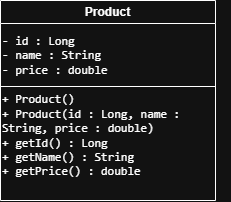
Before: docs/uml/Product.png, a diagram exported from draw.io (merinakurukulasuriya/OOP-TUT). Source tidied: cells renumbered, new cells last; positions are measured from the earlier drawing's top-left corner, leaving out a move shared by most shapes. Its diagram source:
```xml
<mxGraphModel>
  <root>
    <mxCell id="0" />
    <mxCell id="1" parent="0" />
    <mxCell id="2" value="Product" style="swimlane;whiteSpace=wrap;html=1;" parent="1" vertex="1">
      <mxGeometry width="215" height="200" as="geometry" />
    </mxCell>
    <mxCell id="3" value="&lt;span class=&quot;markedContent&quot; id=&quot;p67R_mc8&quot;&gt;&lt;span style=&quot;left: calc(var(--scale-factor)*72.53px); top: calc(var(--scale-factor)*108.67px); font-size: calc(var(--scale-factor)*8.50px); font-family: monospace;&quot; role=&quot;presentation&quot; dir=&quot;ltr&quot;&gt;-&lt;/span&gt;&lt;span style=&quot;left: calc(var(--scale-factor)*77.63px); top: calc(var(--scale-factor)*108.67px); font-size: calc(var(--scale-factor)*8.50px); font-family: monospace;&quot; role=&quot;presentation&quot; dir=&quot;ltr&quot;&gt; &lt;/span&gt;&lt;span style=&quot;left: calc(var(--scale-factor)*82.78px); top: calc(var(--scale-factor)*108.67px); font-size: calc(var(--scale-factor)*8.50px); font-family: monospace; transform: scaleX(1.08193);&quot; role=&quot;presentation&quot; dir=&quot;ltr&quot;&gt;id&lt;/span&gt;&lt;span style=&quot;left: calc(var(--scale-factor)*92.87px); top: calc(var(--scale-factor)*108.67px); font-size: calc(var(--scale-factor)*8.50px); font-family: monospace;&quot; role=&quot;presentation&quot; dir=&quot;ltr&quot;&gt; &lt;/span&gt;&lt;span style=&quot;left: calc(var(--scale-factor)*98.02px); top: calc(var(--scale-factor)*108.67px); font-size: calc(var(--scale-factor)*8.50px); font-family: monospace;&quot; role=&quot;presentation&quot; dir=&quot;ltr&quot;&gt;:&lt;/span&gt;&lt;span style=&quot;left: calc(var(--scale-factor)*103.12px); top: calc(var(--scale-factor)*108.67px); font-size: calc(var(--scale-factor)*8.50px); font-family: monospace;&quot; role=&quot;presentation&quot; dir=&quot;ltr&quot;&gt; &lt;/span&gt;&lt;span style=&quot;left: calc(var(--scale-factor)*108.26px); top: calc(var(--scale-factor)*108.67px); font-size: calc(var(--scale-factor)*8.50px); font-family: monospace; transform: scaleX(1.08967);&quot; role=&quot;presentation&quot; dir=&quot;ltr&quot;&gt;Long&lt;/span&gt;&lt;/span&gt;&lt;span class=&quot;markedContent&quot; id=&quot;p67R_mc9&quot;&gt;&lt;/span&gt;&lt;span class=&quot;markedContent&quot; id=&quot;p67R_mc10&quot;&gt;&lt;br role=&quot;presentation&quot;&gt;&lt;span style=&quot;left: calc(var(--scale-factor)*72.53px); top: calc(var(--scale-factor)*118.42px); font-size: calc(var(--scale-factor)*8.50px); font-family: monospace;&quot; role=&quot;presentation&quot; dir=&quot;ltr&quot;&gt;-&lt;/span&gt;&lt;span style=&quot;left: calc(var(--scale-factor)*77.63px); top: calc(var(--scale-factor)*118.42px); font-size: calc(var(--scale-factor)*8.50px); font-family: monospace;&quot; role=&quot;presentation&quot; dir=&quot;ltr&quot;&gt; &lt;/span&gt;&lt;span style=&quot;left: calc(var(--scale-factor)*82.78px); top: calc(var(--scale-factor)*118.42px); font-size: calc(var(--scale-factor)*8.50px); font-family: monospace; transform: scaleX(1.08967);&quot; role=&quot;presentation&quot; dir=&quot;ltr&quot;&gt;name&lt;/span&gt;&lt;span style=&quot;left: calc(var(--scale-factor)*103.12px); top: calc(var(--scale-factor)*118.42px); font-size: calc(var(--scale-factor)*8.50px); font-family: monospace;&quot; role=&quot;presentation&quot; dir=&quot;ltr&quot;&gt; &lt;/span&gt;&lt;span style=&quot;left: calc(var(--scale-factor)*108.26px); top: calc(var(--scale-factor)*118.42px); font-size: calc(var(--scale-factor)*8.50px); font-family: monospace;&quot; role=&quot;presentation&quot; dir=&quot;ltr&quot;&gt;:&lt;/span&gt;&lt;span style=&quot;left: calc(var(--scale-factor)*113.36px); top: calc(var(--scale-factor)*118.42px); font-size: calc(var(--scale-factor)*8.50px); font-family: monospace;&quot; role=&quot;presentation&quot; dir=&quot;ltr&quot;&gt; &lt;/span&gt;&lt;span style=&quot;left: calc(var(--scale-factor)*118.50px); top: calc(var(--scale-factor)*118.42px); font-size: calc(var(--scale-factor)*8.50px); font-family: monospace; transform: scaleX(1.09225);&quot; role=&quot;presentation&quot; dir=&quot;ltr&quot;&gt;String&lt;/span&gt;&lt;/span&gt;&lt;span class=&quot;markedContent&quot; id=&quot;p67R_mc11&quot;&gt;&lt;/span&gt;&lt;span class=&quot;markedContent&quot; id=&quot;p67R_mc12&quot;&gt;&lt;br role=&quot;presentation&quot;&gt;&lt;span style=&quot;left: calc(var(--scale-factor)*72.53px); top: calc(var(--scale-factor)*127.94px); font-size: calc(var(--scale-factor)*8.50px); font-family: monospace;&quot; role=&quot;presentation&quot; dir=&quot;ltr&quot;&gt;-&lt;/span&gt;&lt;span style=&quot;left: calc(var(--scale-factor)*77.63px); top: calc(var(--scale-factor)*127.94px); font-size: calc(var(--scale-factor)*8.50px); font-family: monospace;&quot; role=&quot;presentation&quot; dir=&quot;ltr&quot;&gt; &lt;/span&gt;&lt;span style=&quot;left: calc(var(--scale-factor)*82.78px); top: calc(var(--scale-factor)*127.94px); font-size: calc(var(--scale-factor)*8.50px); font-family: monospace; transform: scaleX(1.08921);&quot; role=&quot;presentation&quot; dir=&quot;ltr&quot;&gt;price :&lt;/span&gt;&lt;span style=&quot;left: calc(var(--scale-factor)*118.36px); top: calc(var(--scale-factor)*127.94px); font-size: calc(var(--scale-factor)*8.50px); font-family: monospace;&quot; role=&quot;presentation&quot; dir=&quot;ltr&quot;&gt; &lt;/span&gt;&lt;span style=&quot;left: calc(var(--scale-factor)*123.50px); top: calc(var(--scale-factor)*127.94px); font-size: calc(var(--scale-factor)*8.50px); font-family: monospace; transform: scaleX(1.09225);&quot; role=&quot;presentation&quot; dir=&quot;ltr&quot;&gt;double&lt;/span&gt;&lt;/span&gt;" style="text;html=1;whiteSpace=wrap;strokeColor=none;fillColor=none;align=left;verticalAlign=middle;rounded=0;" parent="2" vertex="1">
      <mxGeometry y="40" width="200" height="30" as="geometry" />
    </mxCell>
    <mxCell id="4" value="&lt;span class=&quot;markedContent&quot; id=&quot;p67R_mc14&quot;&gt;&lt;span style=&quot;left: calc(var(--scale-factor)*72.53px); top: calc(var(--scale-factor)*137.69px); font-size: calc(var(--scale-factor)*8.50px); font-family: monospace;&quot; role=&quot;presentation&quot; dir=&quot;ltr&quot;&gt;+&lt;/span&gt;&lt;span style=&quot;left: calc(var(--scale-factor)*77.63px); top: calc(var(--scale-factor)*137.69px); font-size: calc(var(--scale-factor)*8.50px); font-family: monospace;&quot; role=&quot;presentation&quot; dir=&quot;ltr&quot;&gt; &lt;/span&gt;&lt;span style=&quot;left: calc(var(--scale-factor)*82.77px); top: calc(var(--scale-factor)*137.69px); font-size: calc(var(--scale-factor)*8.50px); font-family: monospace; transform: scaleX(1.09104);&quot; role=&quot;presentation&quot; dir=&quot;ltr&quot;&gt;Product()&lt;/span&gt;&lt;/span&gt;&lt;span class=&quot;markedContent&quot; id=&quot;p67R_mc15&quot;&gt;&lt;/span&gt;&lt;span class=&quot;markedContent&quot; id=&quot;p67R_mc16&quot;&gt;&lt;br role=&quot;presentation&quot;&gt;&lt;span style=&quot;left: calc(var(--scale-factor)*72.53px); top: calc(var(--scale-factor)*147.19px); font-size: calc(var(--scale-factor)*8.50px); font-family: monospace;&quot; role=&quot;presentation&quot; dir=&quot;ltr&quot;&gt;+&lt;/span&gt;&lt;span style=&quot;left: calc(var(--scale-factor)*77.63px); top: calc(var(--scale-factor)*147.19px); font-size: calc(var(--scale-factor)*8.50px); font-family: monospace;&quot; role=&quot;presentation&quot; dir=&quot;ltr&quot;&gt; &lt;/span&gt;&lt;span style=&quot;left: calc(var(--scale-factor)*82.77px); top: calc(var(--scale-factor)*147.19px); font-size: calc(var(--scale-factor)*8.50px); font-family: monospace; transform: scaleX(1.09043);&quot; role=&quot;presentation&quot; dir=&quot;ltr&quot;&gt;Product(id :&lt;/span&gt;&lt;span style=&quot;left: calc(var(--scale-factor)*143.83px); top: calc(var(--scale-factor)*147.19px); font-size: calc(var(--scale-factor)*8.50px); font-family: monospace;&quot; role=&quot;presentation&quot; dir=&quot;ltr&quot;&gt; &lt;/span&gt;&lt;span style=&quot;left: calc(var(--scale-factor)*148.97px); top: calc(var(--scale-factor)*147.19px); font-size: calc(var(--scale-factor)*8.50px); font-family: monospace; transform: scaleX(1.0965);&quot; role=&quot;presentation&quot; dir=&quot;ltr&quot;&gt;Long,&lt;/span&gt;&lt;span style=&quot;left: calc(var(--scale-factor)*174.56px); top: calc(var(--scale-factor)*147.19px); font-size: calc(var(--scale-factor)*8.50px); font-family: monospace;&quot; role=&quot;presentation&quot; dir=&quot;ltr&quot;&gt; &lt;/span&gt;&lt;span style=&quot;left: calc(var(--scale-factor)*179.70px); top: calc(var(--scale-factor)*147.19px); font-size: calc(var(--scale-factor)*8.50px); font-family: monospace; transform: scaleX(1.08967);&quot; role=&quot;presentation&quot; dir=&quot;ltr&quot;&gt;name&lt;/span&gt;&lt;span style=&quot;left: calc(var(--scale-factor)*200.04px); top: calc(var(--scale-factor)*147.19px); font-size: calc(var(--scale-factor)*8.50px); font-family: monospace;&quot; role=&quot;presentation&quot; dir=&quot;ltr&quot;&gt; &lt;/span&gt;&lt;span style=&quot;left: calc(var(--scale-factor)*205.18px); top: calc(var(--scale-factor)*147.19px); font-size: calc(var(--scale-factor)*8.50px); font-family: monospace;&quot; role=&quot;presentation&quot; dir=&quot;ltr&quot;&gt;:&lt;/span&gt;&lt;span style=&quot;left: calc(var(--scale-factor)*210.28px); top: calc(var(--scale-factor)*147.19px); font-size: calc(var(--scale-factor)*8.50px); font-family: monospace;&quot; role=&quot;presentation&quot; dir=&quot;ltr&quot;&gt; &lt;/span&gt;&lt;span style=&quot;left: calc(var(--scale-factor)*215.43px); top: calc(var(--scale-factor)*147.19px); font-size: calc(var(--scale-factor)*8.50px); font-family: monospace; transform: scaleX(1.08921);&quot; role=&quot;presentation&quot; dir=&quot;ltr&quot;&gt;String,&lt;/span&gt;&lt;span style=&quot;left: calc(var(--scale-factor)*251.01px); top: calc(var(--scale-factor)*147.19px); font-size: calc(var(--scale-factor)*8.50px); font-family: monospace;&quot; role=&quot;presentation&quot; dir=&quot;ltr&quot;&gt; &lt;/span&gt;&lt;span style=&quot;left: calc(var(--scale-factor)*256.15px); top: calc(var(--scale-factor)*147.19px); font-size: calc(var(--scale-factor)*8.50px); font-family: monospace; transform: scaleX(1.08594);&quot; role=&quot;presentation&quot; dir=&quot;ltr&quot;&gt;price&lt;/span&gt;&lt;span style=&quot;left: calc(var(--scale-factor)*281.49px); top: calc(var(--scale-factor)*147.19px); font-size: calc(var(--scale-factor)*8.50px); font-family: monospace;&quot; role=&quot;presentation&quot; dir=&quot;ltr&quot;&gt; &lt;/span&gt;&lt;span style=&quot;left: calc(var(--scale-factor)*286.63px); top: calc(var(--scale-factor)*147.19px); font-size: calc(var(--scale-factor)*8.50px); font-family: monospace;&quot; role=&quot;presentation&quot; dir=&quot;ltr&quot;&gt;:&lt;/span&gt;&lt;span style=&quot;left: calc(var(--scale-factor)*291.73px); top: calc(var(--scale-factor)*147.19px); font-size: calc(var(--scale-factor)*8.50px); font-family: monospace;&quot; role=&quot;presentation&quot; dir=&quot;ltr&quot;&gt; &lt;/span&gt;&lt;span style=&quot;left: calc(var(--scale-factor)*296.87px); top: calc(var(--scale-factor)*147.19px); font-size: calc(var(--scale-factor)*8.50px); font-family: monospace; transform: scaleX(1.08921);&quot; role=&quot;presentation&quot; dir=&quot;ltr&quot;&gt;double)&lt;/span&gt;&lt;/span&gt;&lt;span class=&quot;markedContent&quot; id=&quot;p67R_mc17&quot;&gt;&lt;/span&gt;&lt;span class=&quot;markedContent&quot; id=&quot;p67R_mc18&quot;&gt;&lt;br role=&quot;presentation&quot;&gt;&lt;span style=&quot;left: calc(var(--scale-factor)*72.53px); top: calc(var(--scale-factor)*156.94px); font-size: calc(var(--scale-factor)*8.50px); font-family: monospace;&quot; role=&quot;presentation&quot; dir=&quot;ltr&quot;&gt;+&lt;/span&gt;&lt;span style=&quot;left: calc(var(--scale-factor)*77.63px); top: calc(var(--scale-factor)*156.94px); font-size: calc(var(--scale-factor)*8.50px); font-family: monospace;&quot; role=&quot;presentation&quot; dir=&quot;ltr&quot;&gt; &lt;/span&gt;&lt;span style=&quot;left: calc(var(--scale-factor)*82.77px); top: calc(var(--scale-factor)*156.94px); font-size: calc(var(--scale-factor)*8.50px); font-family: monospace; transform: scaleX(1.08921);&quot; role=&quot;presentation&quot; dir=&quot;ltr&quot;&gt;getId()&lt;/span&gt;&lt;span style=&quot;left: calc(var(--scale-factor)*118.35px); top: calc(var(--scale-factor)*156.94px); font-size: calc(var(--scale-factor)*8.50px); font-family: monospace;&quot; role=&quot;presentation&quot; dir=&quot;ltr&quot;&gt; &lt;/span&gt;&lt;span style=&quot;left: calc(var(--scale-factor)*123.49px); top: calc(var(--scale-factor)*156.94px); font-size: calc(var(--scale-factor)*8.50px); font-family: monospace;&quot; role=&quot;presentation&quot; dir=&quot;ltr&quot;&gt;:&lt;/span&gt;&lt;span style=&quot;left: calc(var(--scale-factor)*128.59px); top: calc(var(--scale-factor)*156.94px); font-size: calc(var(--scale-factor)*8.50px); font-family: monospace;&quot; role=&quot;presentation&quot; dir=&quot;ltr&quot;&gt; &lt;/span&gt;&lt;span style=&quot;left: calc(var(--scale-factor)*133.73px); top: calc(var(--scale-factor)*156.94px); font-size: calc(var(--scale-factor)*8.50px); font-family: monospace; transform: scaleX(1.08967);&quot; role=&quot;presentation&quot; dir=&quot;ltr&quot;&gt;Long&lt;/span&gt;&lt;/span&gt;&lt;span class=&quot;markedContent&quot; id=&quot;p67R_mc19&quot;&gt;&lt;/span&gt;&lt;span class=&quot;markedContent&quot; id=&quot;p67R_mc20&quot;&gt;&lt;br role=&quot;presentation&quot;&gt;&lt;span style=&quot;left: calc(var(--scale-factor)*72.53px); top: calc(var(--scale-factor)*166.44px); font-size: calc(var(--scale-factor)*8.50px); font-family: monospace;&quot; role=&quot;presentation&quot; dir=&quot;ltr&quot;&gt;+&lt;/span&gt;&lt;span style=&quot;left: calc(var(--scale-factor)*77.63px); top: calc(var(--scale-factor)*166.44px); font-size: calc(var(--scale-factor)*8.50px); font-family: monospace;&quot; role=&quot;presentation&quot; dir=&quot;ltr&quot;&gt; &lt;/span&gt;&lt;span style=&quot;left: calc(var(--scale-factor)*82.77px); top: calc(var(--scale-factor)*166.44px); font-size: calc(var(--scale-factor)*8.50px); font-family: monospace; transform: scaleX(1.09104);&quot; role=&quot;presentation&quot; dir=&quot;ltr&quot;&gt;getName()&lt;/span&gt;&lt;span style=&quot;left: calc(var(--scale-factor)*128.59px); top: calc(var(--scale-factor)*166.44px); font-size: calc(var(--scale-factor)*8.50px); font-family: monospace;&quot; role=&quot;presentation&quot; dir=&quot;ltr&quot;&gt; &lt;/span&gt;&lt;span style=&quot;left: calc(var(--scale-factor)*133.73px); top: calc(var(--scale-factor)*166.44px); font-size: calc(var(--scale-factor)*8.50px); font-family: monospace;&quot; role=&quot;presentation&quot; dir=&quot;ltr&quot;&gt;:&lt;/span&gt;&lt;span style=&quot;left: calc(var(--scale-factor)*138.83px); top: calc(var(--scale-factor)*166.44px); font-size: calc(var(--scale-factor)*8.50px); font-family: monospace;&quot; role=&quot;presentation&quot; dir=&quot;ltr&quot;&gt; &lt;/span&gt;&lt;span style=&quot;left: calc(var(--scale-factor)*143.98px); top: calc(var(--scale-factor)*166.44px); font-size: calc(var(--scale-factor)*8.50px); font-family: monospace; transform: scaleX(1.09225);&quot; role=&quot;presentation&quot; dir=&quot;ltr&quot;&gt;String&lt;/span&gt;&lt;/span&gt;&lt;span class=&quot;markedContent&quot; id=&quot;p67R_mc21&quot;&gt;&lt;/span&gt;&lt;span class=&quot;markedContent&quot; id=&quot;p67R_mc22&quot;&gt;&lt;br role=&quot;presentation&quot;&gt;&lt;span style=&quot;left: calc(var(--scale-factor)*72.53px); top: calc(var(--scale-factor)*176.19px); font-size: calc(var(--scale-factor)*8.50px); font-family: monospace;&quot; role=&quot;presentation&quot; dir=&quot;ltr&quot;&gt;+&lt;/span&gt;&lt;span style=&quot;left: calc(var(--scale-factor)*77.63px); top: calc(var(--scale-factor)*176.19px); font-size: calc(var(--scale-factor)*8.50px); font-family: monospace;&quot; role=&quot;presentation&quot; dir=&quot;ltr&quot;&gt; &lt;/span&gt;&lt;span style=&quot;left: calc(var(--scale-factor)*82.77px); top: calc(var(--scale-factor)*176.19px); font-size: calc(var(--scale-factor)*8.50px); font-family: monospace; transform: scaleX(1.09043);&quot; role=&quot;presentation&quot; dir=&quot;ltr&quot;&gt;getPrice() :&lt;/span&gt;&lt;span style=&quot;left: calc(var(--scale-factor)*143.83px); top: calc(var(--scale-factor)*176.19px); font-size: calc(var(--scale-factor)*8.50px); font-family: monospace;&quot; role=&quot;presentation&quot; dir=&quot;ltr&quot;&gt; &lt;/span&gt;&lt;span style=&quot;left: calc(var(--scale-factor)*148.97px); top: calc(var(--scale-factor)*176.19px); font-size: calc(var(--scale-factor)*8.50px); font-family: monospace; transform: scaleX(1.09225);&quot; role=&quot;presentation&quot; dir=&quot;ltr&quot;&gt;double&lt;/span&gt;&lt;/span&gt;" style="text;html=1;whiteSpace=wrap;strokeColor=none;fillColor=none;align=left;verticalAlign=middle;rounded=0;" parent="2" vertex="1">
      <mxGeometry y="120" width="230" height="30" as="geometry" />
    </mxCell>
    <mxCell id="5" style="endArrow=none;html=1;rounded=0;exitX=0;exitY=0.5;exitDx=0;exitDy=0;entryX=1;entryY=0.5;entryDx=0;entryDy=0;" parent="2" edge="1">
      <mxGeometry relative="1" as="geometry">
        <mxPoint y="86" as="sourcePoint" />
        <mxPoint x="215" y="86" as="targetPoint" />
      </mxGeometry>
    </mxCell>
  </root>
</mxGraphModel>
```
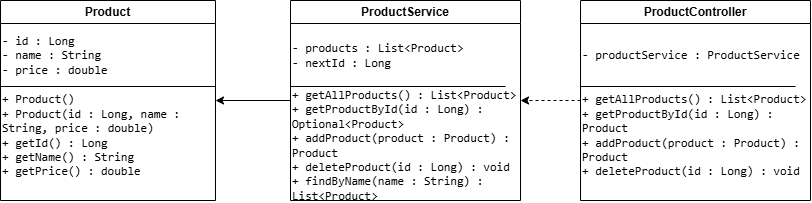
The same diagram one commit later.

Commit message:
Tutorial 3: Adding Product Service

Change to the diagram source:
```diff
@@ -17,5 +17,41 @@
         <mxPoint x="215" y="86" as="targetPoint" />
       </mxGeometry>
     </mxCell>
+    <mxCell id="6" style="edgeStyle=orthogonalEdgeStyle;rounded=0;jettySize=auto;html=1;exitX=0;exitY=0.5;exitDx=0;exitDy=0;entryX=1;entryY=0.5;entryDx=0;entryDy=0;" parent="1" edge="1" source="7" target="2">
+      <mxGeometry relative="1" as="geometry" />
+    </mxCell>
+    <mxCell id="7" value="ProductService" style="swimlane;whiteSpace=wrap;html=1;" parent="1" vertex="1">
+      <mxGeometry x="290" width="230" height="200" as="geometry" />
+    </mxCell>
+    <mxCell id="8" value="&lt;div&gt;&lt;font face=&quot;monospace&quot;&gt;- products : List&amp;lt;Product&amp;gt;&lt;/font&gt;&lt;/div&gt;&lt;div&gt;&lt;font face=&quot;monospace&quot;&gt;- nextId : Long&lt;/font&gt;&lt;/div&gt;" style="text;html=1;whiteSpace=wrap;strokeColor=none;fillColor=none;align=left;verticalAlign=middle;rounded=0;" parent="7" vertex="1">
+      <mxGeometry y="40" width="200" height="30" as="geometry" />
+    </mxCell>
+    <mxCell id="9" value="&lt;div&gt;&lt;font face=&quot;monospace&quot;&gt;+ getAllProducts() : List&amp;lt;Product&amp;gt;&lt;/font&gt;&lt;/div&gt;&lt;div&gt;&lt;font face=&quot;monospace&quot;&gt;+ getProductById(id : Long) : Optional&amp;lt;Product&amp;gt;&lt;/font&gt;&lt;/div&gt;&lt;div&gt;&lt;font face=&quot;monospace&quot;&gt;+ addProduct(product : Product) : Product&lt;/font&gt;&lt;/div&gt;&lt;div&gt;&lt;font face=&quot;monospace&quot;&gt;+ deleteProduct(id : Long) : void&lt;/font&gt;&lt;/div&gt;&lt;div&gt;&lt;font face=&quot;monospace&quot;&gt;+ findByName(name : String) : List&amp;lt;Product&amp;gt;&lt;/font&gt;&lt;/div&gt;" style="text;html=1;whiteSpace=wrap;strokeColor=none;fillColor=none;align=left;verticalAlign=middle;rounded=0;" parent="7" vertex="1">
+      <mxGeometry y="130" width="230" height="30" as="geometry" />
+    </mxCell>
+    <mxCell id="10" style="endArrow=none;html=1;rounded=0;exitX=0;exitY=0.5;exitDx=0;exitDy=0;entryX=1;entryY=0.5;entryDx=0;entryDy=0;" parent="7" edge="1">
+      <mxGeometry relative="1" as="geometry">
+        <mxPoint y="86" as="sourcePoint" />
+        <mxPoint x="215" y="86" as="targetPoint" />
+      </mxGeometry>
+    </mxCell>
+    <mxCell id="11" style="edgeStyle=orthogonalEdgeStyle;rounded=0;jettySize=auto;html=1;exitX=0;exitY=0.5;exitDx=0;exitDy=0;entryX=1;entryY=0.5;entryDx=0;entryDy=0;dashed=1;" parent="1" edge="1" source="12" target="7">
+      <mxGeometry relative="1" as="geometry" />
+    </mxCell>
+    <mxCell id="12" value="ProductController" style="swimlane;whiteSpace=wrap;html=1;" parent="1" vertex="1">
+      <mxGeometry x="580" width="230" height="200" as="geometry" />
+    </mxCell>
+    <mxCell id="13" value="&lt;font face=&quot;monospace&quot;&gt;- productService : ProductService&lt;/font&gt;" style="text;html=1;whiteSpace=wrap;strokeColor=none;fillColor=none;align=left;verticalAlign=middle;rounded=0;" parent="12" vertex="1">
+      <mxGeometry y="40" width="230" height="30" as="geometry" />
+    </mxCell>
+    <mxCell id="14" value="&lt;div&gt;&lt;font face=&quot;monospace&quot;&gt;+ getAllProducts() : List&amp;lt;Product&amp;gt;&lt;/font&gt;&lt;/div&gt;&lt;div&gt;&lt;font face=&quot;monospace&quot;&gt;+ getProductById(id : Long) : Product&lt;/font&gt;&lt;/div&gt;&lt;div&gt;&lt;font face=&quot;monospace&quot;&gt;+ addProduct(product : Product) : Product&lt;/font&gt;&lt;/div&gt;&lt;div&gt;&lt;font face=&quot;monospace&quot;&gt;+ deleteProduct(id : Long) : void&lt;/font&gt;&lt;/div&gt;" style="text;html=1;whiteSpace=wrap;strokeColor=none;fillColor=none;align=left;verticalAlign=middle;rounded=0;" parent="12" vertex="1">
+      <mxGeometry y="120" width="230" height="30" as="geometry" />
+    </mxCell>
+    <mxCell id="15" style="endArrow=none;html=1;rounded=0;exitX=0;exitY=0.5;exitDx=0;exitDy=0;entryX=1;entryY=0.5;entryDx=0;entryDy=0;" parent="12" edge="1">
+      <mxGeometry relative="1" as="geometry">
+        <mxPoint y="86" as="sourcePoint" />
+        <mxPoint x="215" y="86" as="targetPoint" />
+      </mxGeometry>
+    </mxCell>
   </root>
 </mxGraphModel>
```
